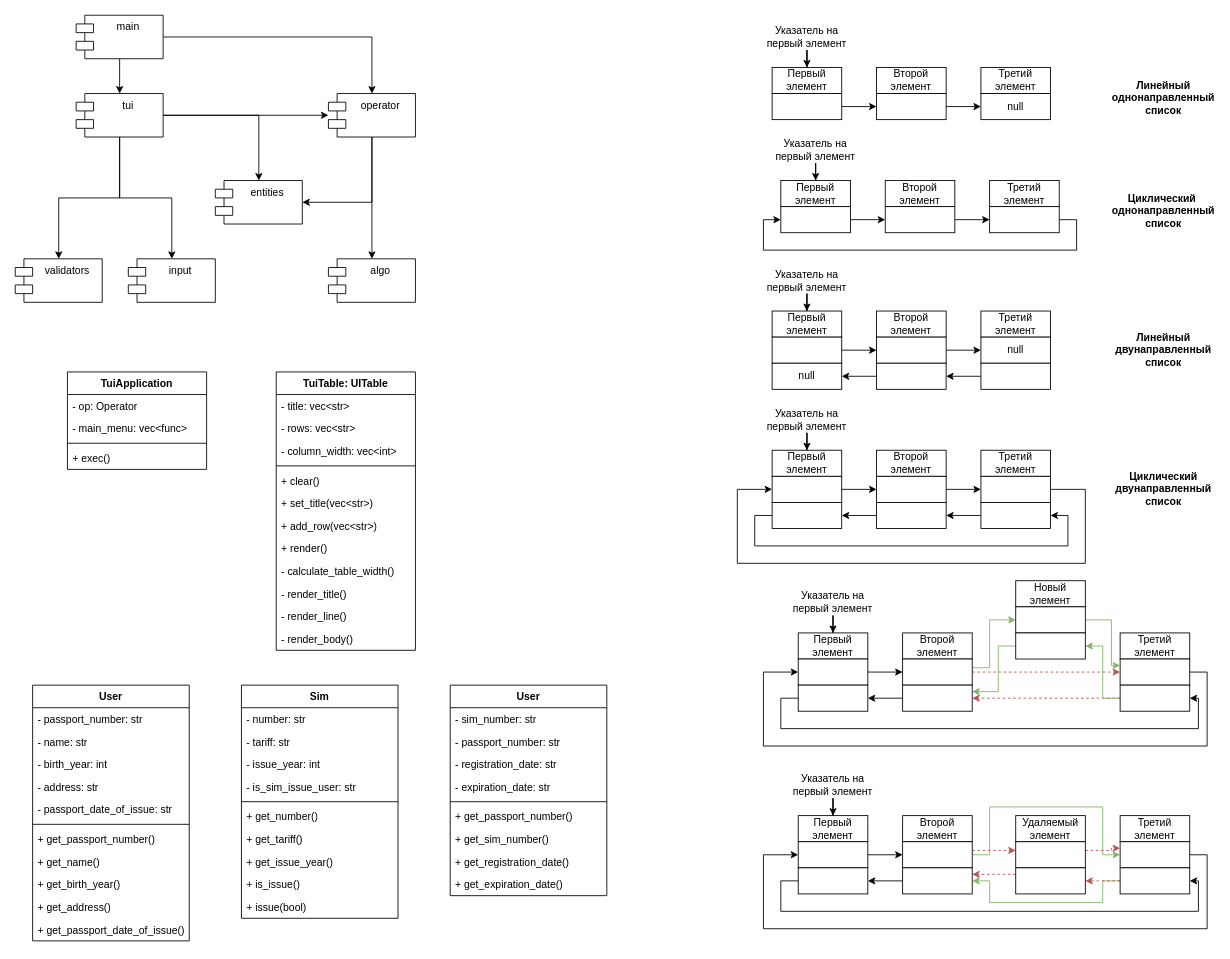
The draw.io diagram Схемы.drawio in dovydenkovas/edu_algorithms_2025, before the edit. Source tidied: cells renumbered, new cells numbered last; positions are measured from the earlier drawing's top-left corner, leaving out a move shared by most shapes. Both pictures are drawn from the tidied source at 87%, with x=0, y=0 at pixel (15, 15).
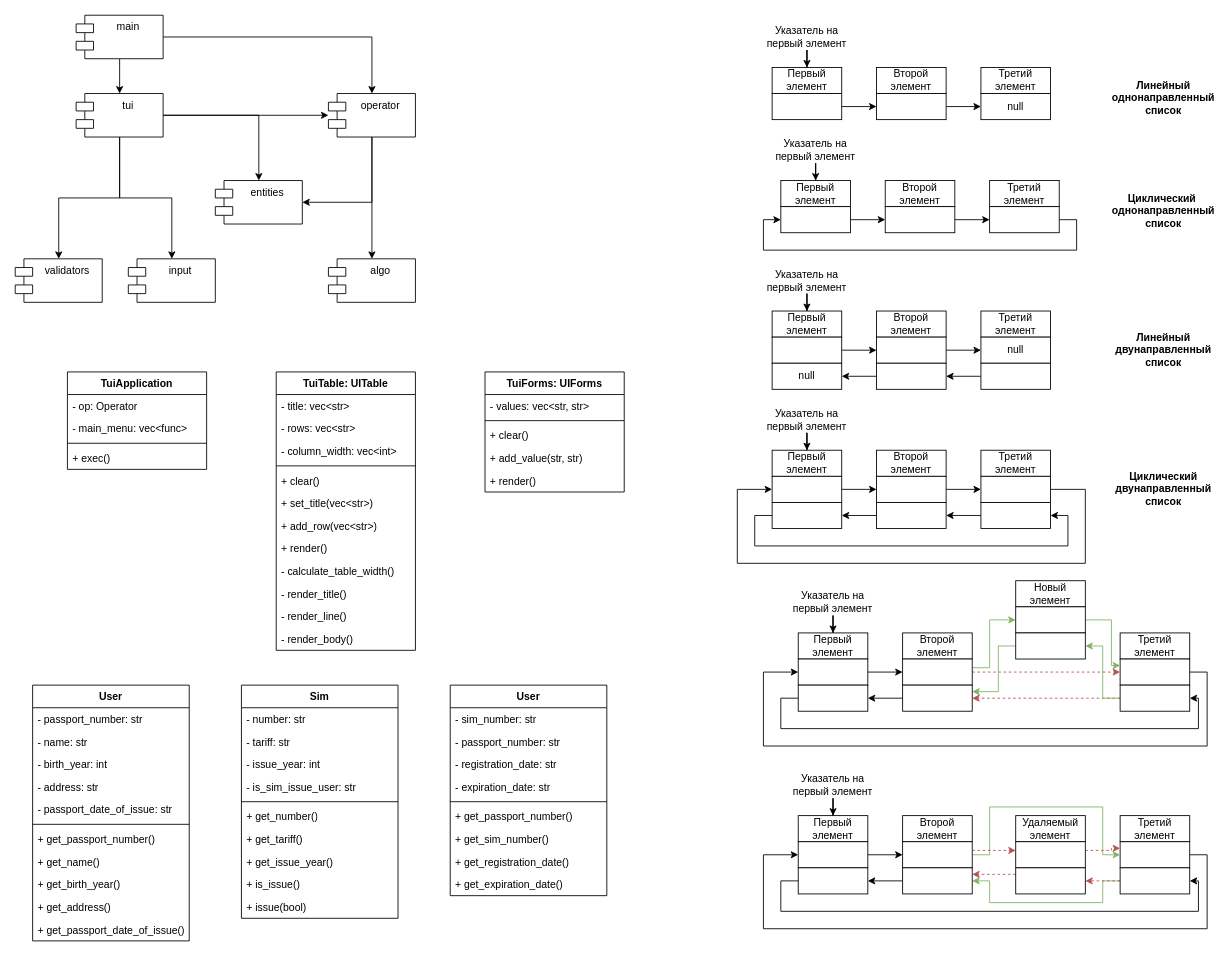
After the change.

The edit, as a diff of the source:
```diff
@@
+    <mxCell id="173" value="TuiForms: UIForms" style="swimlane;fontStyle=1;align=center;verticalAlign=top;horizontal=1;startSize=26;whiteSpace=wrap;html=1;" parent="1" vertex="1">
+      <mxGeometry x="540" y="410" width="160" height="138" as="geometry" />
+    </mxCell>
+    <mxCell id="174" value="- values: vec&amp;lt;str, str&amp;gt;" style="text;strokeColor=none;fillColor=none;align=left;verticalAlign=top;spacingLeft=4;spacingRight=4;overflow=hidden;whiteSpace=wrap;html=1;" parent="173" vertex="1">
+      <mxGeometry y="26" width="160" height="26" as="geometry" />
+    </mxCell>
+    <mxCell id="175" style="line;strokeWidth=1;fillColor=none;align=left;verticalAlign=middle;spacingTop=-1;spacingLeft=3;spacingRight=3;labelPosition=right;strokeColor=inherit;" parent="173" vertex="1">
+      <mxGeometry y="52" width="160" height="8" as="geometry" />
+    </mxCell>
+    <mxCell id="176" value="+ clear()" style="text;strokeColor=none;fillColor=none;align=left;verticalAlign=top;spacingLeft=4;spacingRight=4;overflow=hidden;whiteSpace=wrap;html=1;" parent="173" vertex="1">
+      <mxGeometry y="60" width="160" height="26" as="geometry" />
+    </mxCell>
+    <mxCell id="177" value="+ add_value(str, str)" style="text;strokeColor=none;fillColor=none;align=left;verticalAlign=top;spacingLeft=4;spacingRight=4;overflow=hidden;whiteSpace=wrap;html=1;" parent="173" vertex="1">
+      <mxGeometry y="86" width="160" height="26" as="geometry" />
+    </mxCell>
+    <mxCell id="178" value="+ render()" style="text;strokeColor=none;fillColor=none;align=left;verticalAlign=top;spacingLeft=4;spacingRight=4;overflow=hidden;whiteSpace=wrap;html=1;" parent="173" vertex="1">
+      <mxGeometry y="112" width="160" height="26" as="geometry" />
+    </mxCell>
```
